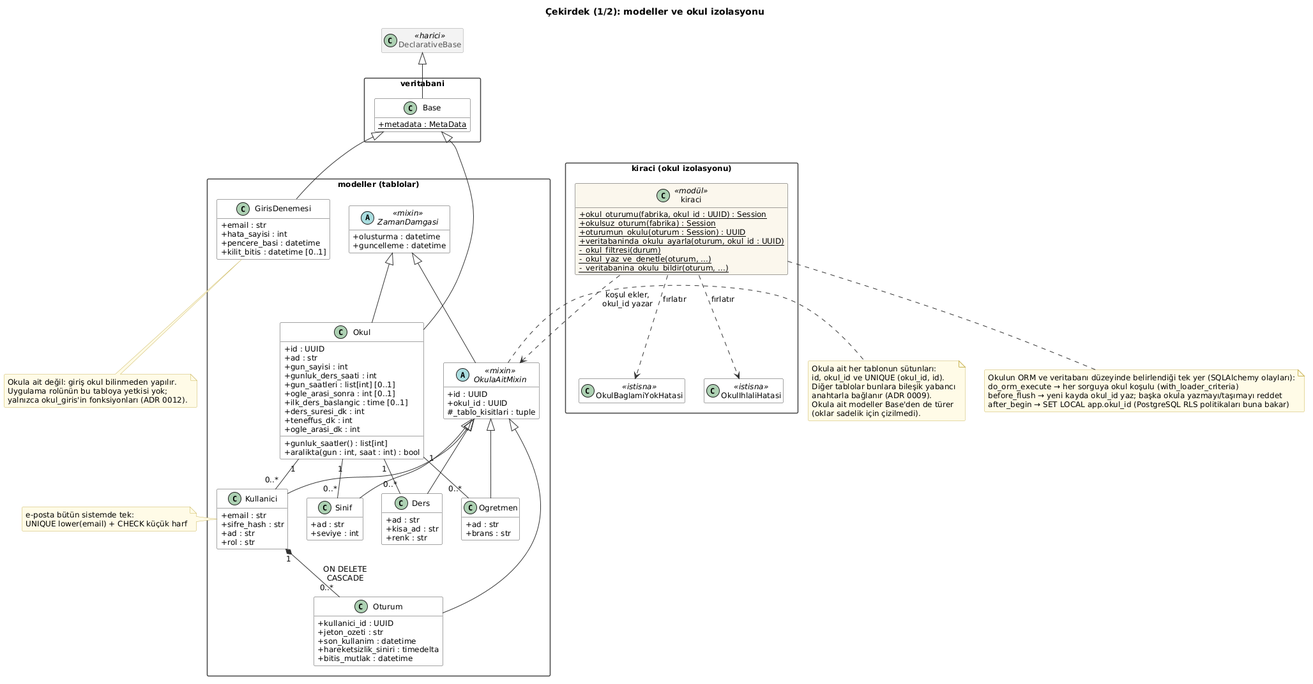
Before: docs/diyagramlar/cikti/02-cekirdek-modeller.png, a diagram exported from PlantUML (yusuf-aycicek/cizelge).
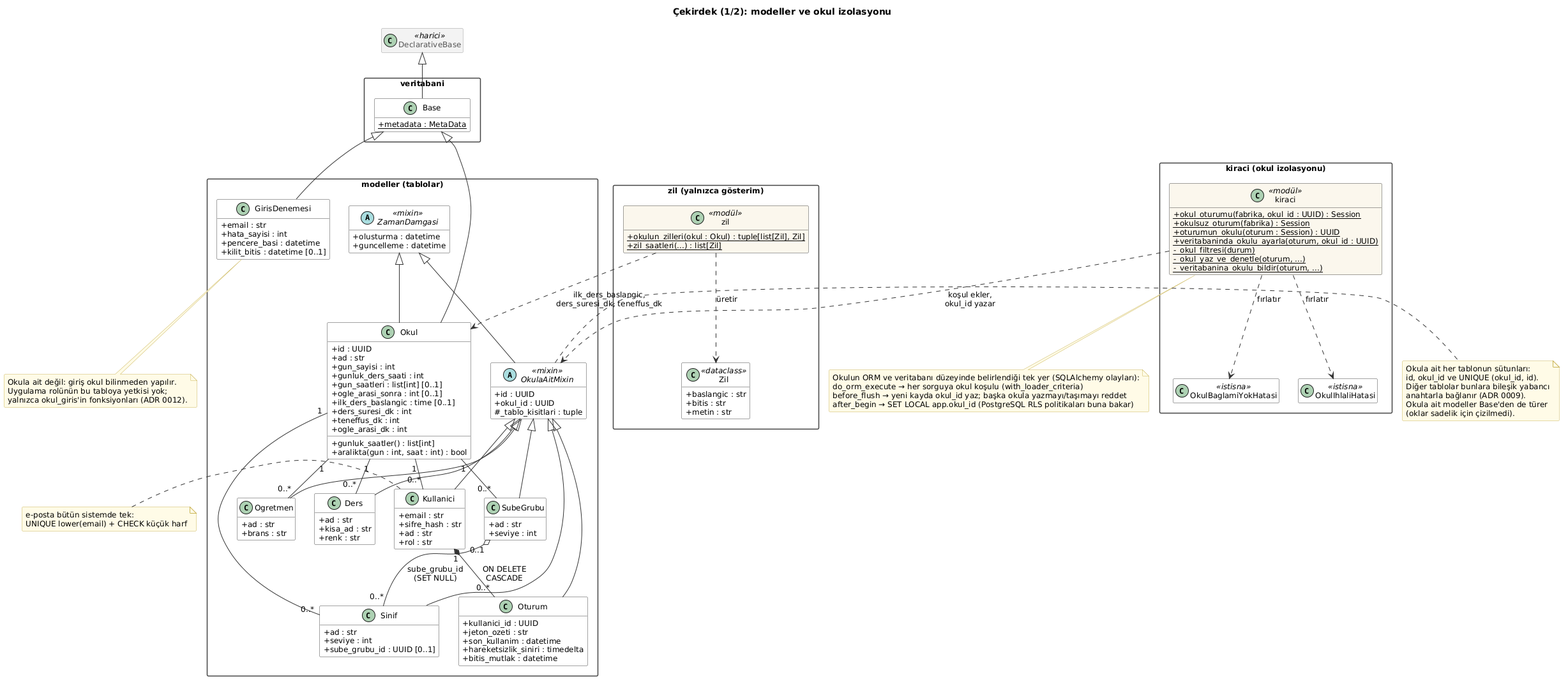
The same diagram one commit later.

The edit, as a diff of the source:
```diff
@@ -46,9 +46,14 @@
     +ad : str
     +brans : str
   }
+  class SubeGrubu {
+    +ad : str
+    +seviye : int
+  }
   class Sinif {
     +ad : str
     +seviye : int
+    +sube_grubu_id : UUID [0..1]
   }
   class Ders {
     +ad : str
@@ -67,6 +72,18 @@
     +hata_sayisi : int
     +pencere_basi : datetime
     +kilit_bitis : datetime [0..1]
+  }
+}
+
+package "zil (yalnızca gösterim)" {
+  class Zil <<dataclass>> {
+    +baslangic : str
+    +bitis : str
+    +metin : str
+  }
+  class zil <<modül>> {
+    {static} +okulun_zilleri(okul : Okul) : tuple[list[Zil], Zil]
+    {static} +zil_saatleri(...) : list[Zil]
   }
 }
 
@@ -91,6 +108,7 @@
 OkulaAitMixin <|-- Kullanici
 OkulaAitMixin <|-- Ogretmen
 OkulaAitMixin <|-- Sinif
+OkulaAitMixin <|-- SubeGrubu
 OkulaAitMixin <|-- Ders
 OkulaAitMixin <|-- Oturum
 Base <|-- GirisDenemesi
@@ -99,6 +117,10 @@
 Okul "1" -- "0..*" Kullanici
 Okul "1" -- "0..*" Ogretmen
 Okul "1" -- "0..*" Sinif
+Okul "1" -- "0..*" SubeGrubu
+SubeGrubu "0..1" o-- "0..*" Sinif : sube_grubu_id\n(SET NULL)
+zil ..> Okul : ilk_ders_baslangic,\nders_suresi_dk, teneffus_dk
+zil ..> Zil : üretir
 Okul "1" -- "0..*" Ders
 
 kiraci ..> OkulaAitMixin : koşul ekler,\nokul_id yazar
```
